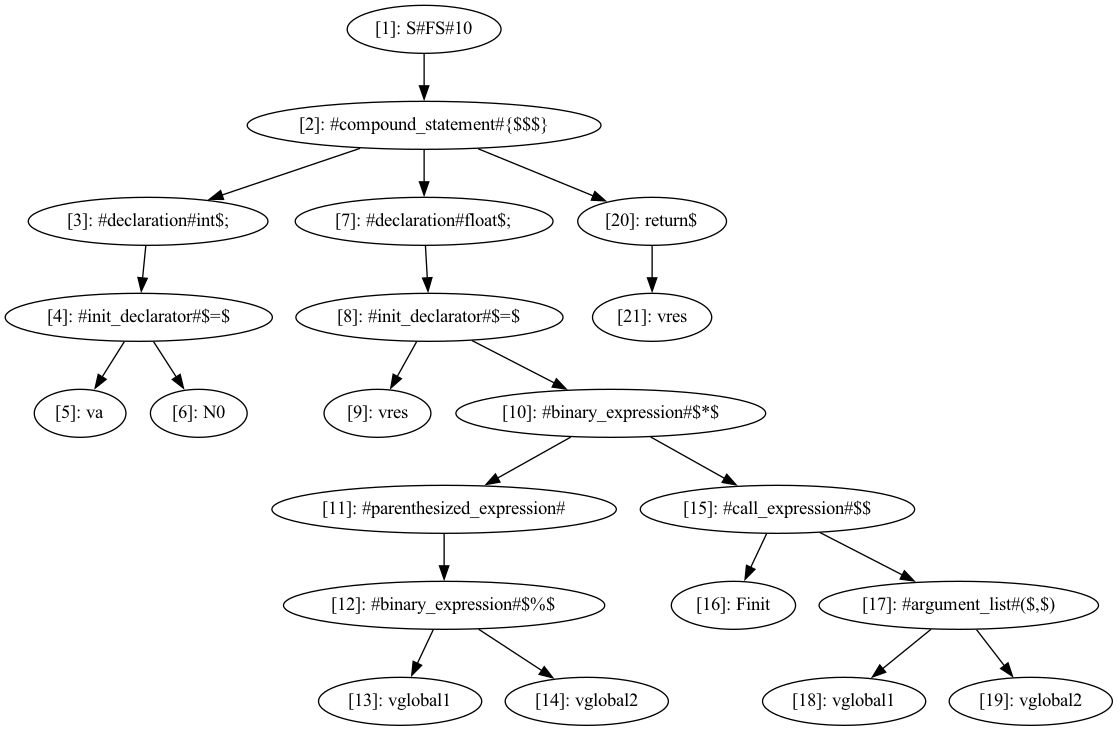
This is cass.png from deryaerman/DIA-System-DS-Plagiarism-Checker-GIT, a Graphviz export, as it was before one commit. Its source is kept beside it as cass.dot.
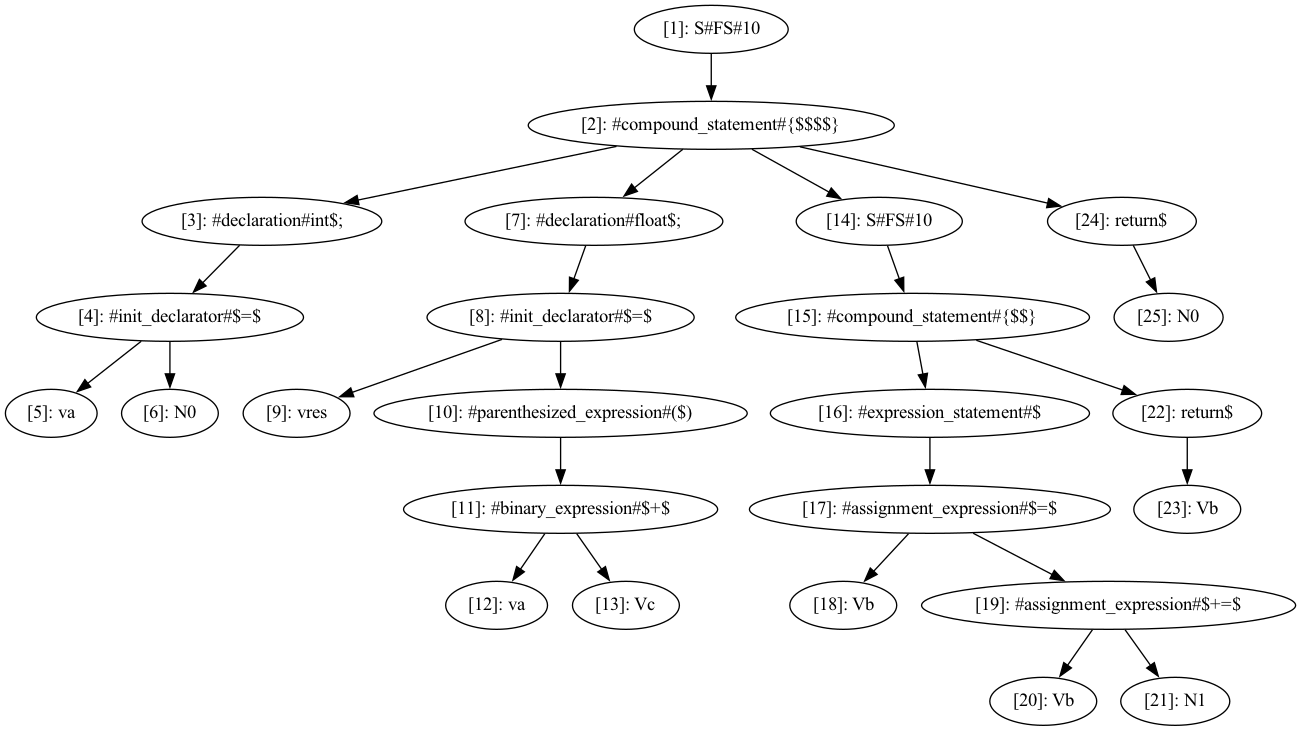
The same diagram one commit later.

What changed in the source:
```diff
@@ -1,7 +1,7 @@
 digraph CASS {
   node [shape=ellipse];
   n1 [label="[1]: S#FS#10"];
-  n2 [label="[2]: #compound_statement#{$$$}"];
+  n2 [label="[2]: #compound_statement#{$$$$}"];
   n3 [label="[3]: #declaration#int$;"];
   n4 [label="[4]: #init_declarator#$=$"];
   n5 [label="[5]: va"];
@@ -9,18 +9,22 @@
   n7 [label="[7]: #declaration#float$;"];
   n8 [label="[8]: #init_declarator#$=$"];
   n9 [label="[9]: vres"];
-  n10 [label="[10]: #binary_expression#$*$"];
-  n11 [label="[11]: #parenthesized_expression#"];
-  n12 [label="[12]: #binary_expression#$%$"];
-  n13 [label="[13]: vglobal1"];
-  n14 [label="[14]: vglobal2"];
-  n15 [label="[15]: #call_expression#$$"];
-  n16 [label="[16]: Finit"];
-  n17 [label="[17]: #argument_list#($,$)"];
-  n18 [label="[18]: vglobal1"];
-  n19 [label="[19]: vglobal2"];
-  n20 [label="[20]: return$"];
-  n21 [label="[21]: vres"];
+  n10 [label="[10]: #parenthesized_expression#($)"];
+  n11 [label="[11]: #binary_expression#$+$"];
+  n12 [label="[12]: va"];
+  n13 [label="[13]: Vc"];
+  n14 [label="[14]: S#FS#10"];
+  n15 [label="[15]: #compound_statement#{$$}"];
+  n16 [label="[16]: #expression_statement#$"];
+  n17 [label="[17]: #assignment_expression#$=$"];
+  n18 [label="[18]: Vb"];
+  n19 [label="[19]: #assignment_expression#$+=$"];
+  n20 [label="[20]: Vb"];
+  n21 [label="[21]: N1"];
+  n22 [label="[22]: return$"];
+  n23 [label="[23]: Vb"];
+  n24 [label="[24]: return$"];
+  n25 [label="[25]: N0"];
   n1 -> n2;
   n2 -> n3;
   n3 -> n4;
@@ -32,13 +36,17 @@
   n8 -> n10;
   n10 -> n11;
   n11 -> n12;
-  n12 -> n13;
-  n12 -> n14;
-  n10 -> n15;
+  n11 -> n13;
+  n2 -> n14;
+  n14 -> n15;
   n15 -> n16;
-  n15 -> n17;
+  n16 -> n17;
   n17 -> n18;
   n17 -> n19;
-  n2 -> n20;
-  n20 -> n21;
+  n19 -> n20;
+  n19 -> n21;
+  n15 -> n22;
+  n22 -> n23;
+  n2 -> n24;
+  n24 -> n25;
 }
```
